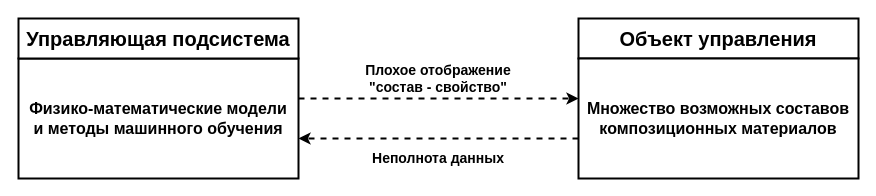
Earlier version of the draw.io diagram page "5: 4-5 (Структура системы управления)" (6 of 7) of СА, практические работы/СА, п.р., отчеты/Системный анализ, п.р., схемы.drawio (Cyber-Limon/Systems_analysis___UUST). Source tidied: cells renumbered, new cells numbered last; positions are measured from the earlier drawing's top-left corner, leaving out a move shared by most shapes. Both pictures are drawn from the tidied source at 100%, with x=0, y=0 at pixel (18, 18).
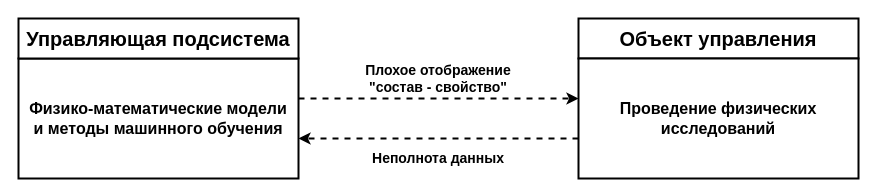
The same diagram, later.

Change to the diagram source:
```diff
@@
 <mxGraphModel>
   <root>
     <mxCell id="0" />
     <mxCell id="1" parent="0" />
     <mxCell id="2" value="&lt;font style=&quot;font-size: 16px;&quot;&gt;&lt;font style=&quot;&quot;&gt;&lt;b style=&quot;&quot;&gt;Физико-математические модели и&amp;nbsp;&lt;/b&gt;&lt;/font&gt;&lt;b style=&quot;background-color: transparent; color: light-dark(#000000, var(--ge-light-color, #ffffff));&quot;&gt;методы машинного обучения&lt;/b&gt;&lt;/font&gt;" style="rounded=0;whiteSpace=wrap;html=1;strokeWidth=2;points=[[0,0.333333,0,0,0],[0,0.666667,0,0,0],[0.25,0,1,0,0],[0.25,1,1,0,0],[0.5,0,1,0,0],[0.5,1,1,0,0],[0.75,0,1,0,0],[0.75,1,1,0,0],[1,0.333333,0,0,0],[1,0.666667,0,0,0]];" parent="1" vertex="1">
       <mxGeometry y="40" width="280" height="120" as="geometry" />
     </mxCell>
     <mxCell id="3" value="Управляющая подсистема" style="rounded=0;whiteSpace=wrap;html=1;strokeWidth=2;fontStyle=1;fontSize=20;" parent="1" vertex="1">
       <mxGeometry width="280" height="40" as="geometry" />
     </mxCell>
     <mxCell id="4" value="Объект управления" style="rounded=0;whiteSpace=wrap;html=1;strokeWidth=2;fontStyle=1;fontSize=20;" parent="1" vertex="1">
       <mxGeometry x="560" width="280" height="40" as="geometry" />
     </mxCell>
     <mxCell id="5" style="endArrow=classic;html=1;rounded=0;strokeWidth=2;labelBackgroundColor=none;fontColor=default;endFill=1;exitX=1;exitY=0.333333;exitDx=0;exitDy=0;exitPerimeter=0;entryX=0;entryY=0.333333;entryDx=0;entryDy=0;entryPerimeter=0;dashed=1;" parent="1" edge="1" source="2" target="7">
       <mxGeometry relative="1" as="geometry" />
     </mxCell>
     <mxCell id="6" style="endArrow=classic;html=1;rounded=0;strokeWidth=2;labelBackgroundColor=none;fontColor=default;endFill=1;exitX=0;exitY=0.666667;exitDx=0;exitDy=0;exitPerimeter=0;entryX=1;entryY=0.666667;entryDx=0;entryDy=0;entryPerimeter=0;dashed=1;" parent="1" edge="1" source="7" target="2">
       <mxGeometry relative="1" as="geometry" />
     </mxCell>
-    <mxCell id="7" value="&lt;span style=&quot;font-size: 16px;&quot;&gt;&lt;b&gt;Множество возможных составов композиционных материалов&lt;/b&gt;&lt;/span&gt;" style="rounded=0;whiteSpace=wrap;html=1;strokeWidth=2;points=[[0,0.333333,0,0,0],[0,0.666667,0,0,0],[0.25,0,1,0,0],[0.25,1,1,0,0],[0.5,0,1,0,0],[0.5,1,1,0,0],[0.75,0,1,0,0],[0.75,1,1,0,0],[1,0.333333,0,0,0],[1,0.666667,0,0,0]];" parent="1" vertex="1">
+    <mxCell id="7" value="&lt;span style=&quot;font-size: 16px;&quot;&gt;&lt;b&gt;Проведение физических исследований&lt;/b&gt;&lt;/span&gt;" style="rounded=0;whiteSpace=wrap;html=1;strokeWidth=2;points=[[0,0.333333,0,0,0],[0,0.666667,0,0,0],[0.25,0,1,0,0],[0.25,1,1,0,0],[0.5,0,1,0,0],[0.5,1,1,0,0],[0.75,0,1,0,0],[0.75,1,1,0,0],[1,0.333333,0,0,0],[1,0.666667,0,0,0]];" parent="1" vertex="1">
       <mxGeometry x="560" y="40" width="280" height="120" as="geometry" />
     </mxCell>
     <mxCell id="8" value="Неполнота данных" style="text;html=1;whiteSpace=wrap;strokeColor=none;fillColor=none;align=center;verticalAlign=middle;rounded=0;fontSize=14;fontStyle=1;labelBackgroundColor=none;" parent="1" vertex="1">
       <mxGeometry x="340" y="120" width="160" height="40" as="geometry" />
     </mxCell>
     <mxCell id="9" value="Плохое отображение &quot;состав - свойство&quot;" style="text;html=1;whiteSpace=wrap;strokeColor=none;fillColor=none;align=center;verticalAlign=middle;rounded=0;fontSize=14;fontStyle=1;labelBackgroundColor=none;" parent="1" vertex="1">
       <mxGeometry x="340" y="40" width="160" height="40" as="geometry" />
     </mxCell>
   </root>
 </mxGraphModel>
```
